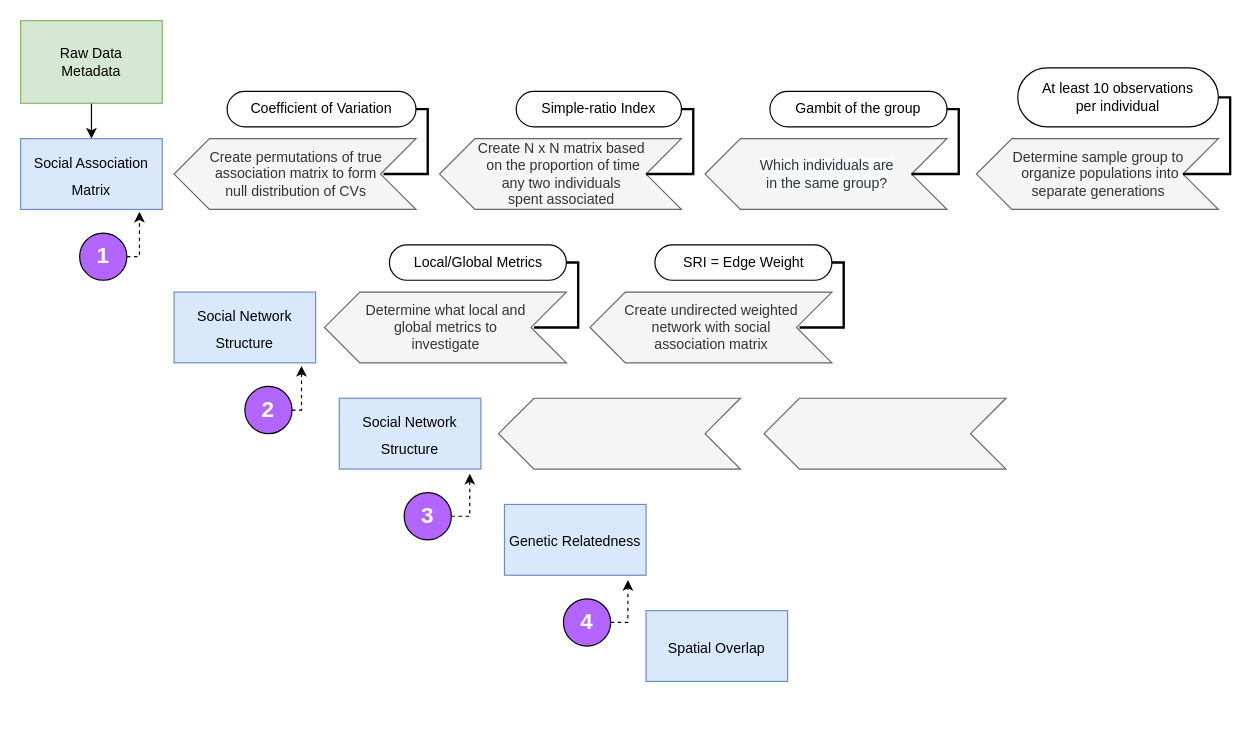
Before: WorkFlowDiagram/WorkFlowDiagram.drawio in bankheak/Dolphins, a draw.io diagram. Source tidied: cells renumbered, new cells numbered last; positions are measured from the earlier drawing's top-left corner, leaving out a move shared by most shapes. Both pictures are drawn from the tidied source at 118%, with x=0, y=0 at pixel (20, 20).
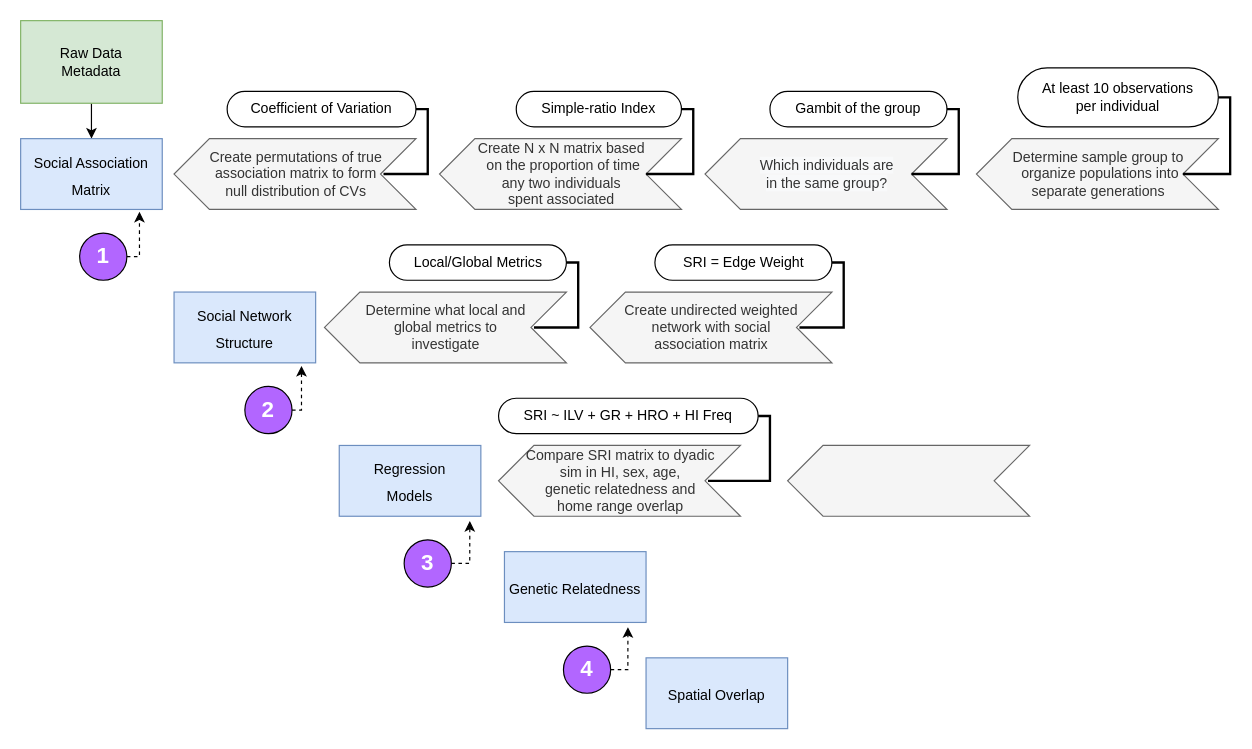
After the change.

The edit, as a diff of the source:
```diff
@@
     <mxCell id="13" value="&lt;font style=&quot;font-size: 19px;&quot; color=&quot;#ffffff&quot;&gt;3&lt;/font&gt;" style="ellipse;whiteSpace=wrap;html=1;strokeColor=#000000;fillColor=#B266FF;fontStyle=1;" parent="1" vertex="1">
-      <mxGeometry x="325" y="400" width="40" height="40" as="geometry" />
+      <mxGeometry x="325" y="440" width="40" height="40" as="geometry" />
     </mxCell>
@@
     <mxCell id="15" value="&lt;font style=&quot;font-size: 19px;&quot; color=&quot;#ffffff&quot;&gt;4&lt;/font&gt;" style="ellipse;whiteSpace=wrap;html=1;strokeColor=#000000;fillColor=#B266FF;fontStyle=1;" parent="1" vertex="1">
-      <mxGeometry x="460" y="490" width="40" height="40" as="geometry" />
+      <mxGeometry x="460" y="530" width="40" height="40" as="geometry" />
     </mxCell>
@@
-    <mxCell id="18" value="&lt;font style=&quot;font-size: 12px;&quot;&gt;Social Network Structure&lt;/font&gt;" style="rounded=0;whiteSpace=wrap;html=1;strokeColor=#6c8ebf;fontSize=19;fillColor=#dae8fc;" parent="1" vertex="1">
-      <mxGeometry x="270" y="320" width="120" height="60" as="geometry" />
+    <mxCell id="18" value="&lt;font style=&quot;font-size: 12px;&quot;&gt;Regression&lt;br&gt;Models&lt;br&gt;&lt;/font&gt;" style="rounded=0;whiteSpace=wrap;html=1;strokeColor=#6c8ebf;fontSize=19;fillColor=#dae8fc;" parent="1" vertex="1">
+      <mxGeometry x="270" y="360" width="120" height="60" as="geometry" />
     </mxCell>
     <mxCell id="19" value="&lt;font style=&quot;font-size: 12px;&quot;&gt;Genetic Relatedness&lt;/font&gt;" style="rounded=0;whiteSpace=wrap;html=1;strokeColor=#6c8ebf;fontSize=19;fillColor=#dae8fc;" parent="1" vertex="1">
-      <mxGeometry x="410" y="410" width="120" height="60" as="geometry" />
+      <mxGeometry x="410" y="450" width="120" height="60" as="geometry" />
     </mxCell>
     <mxCell id="20" value="&lt;font style=&quot;font-size: 12px;&quot;&gt;Spatial Overlap&lt;/font&gt;" style="rounded=0;whiteSpace=wrap;html=1;strokeColor=#6c8ebf;fontSize=19;fillColor=#dae8fc;" parent="1" vertex="1">
-      <mxGeometry x="530" y="500" width="120" height="60" as="geometry" />
+      <mxGeometry x="530" y="540" width="120" height="60" as="geometry" />
     </mxCell>
@@
-    <mxCell id="29" style="html=1;shadow=0;dashed=0;align=center;verticalAlign=middle;shape=mxgraph.arrows2.arrow;dy=0;dx=30;notch=30;rotation=0;direction=west;fillColor=#f5f5f5;fontColor=#333333;strokeColor=#666666;" parent="1" vertex="1">
-      <mxGeometry x="405" y="320" width="205" height="60" as="geometry" />
+    <mxCell id="29" value="Compare SRI matrix&amp;nbsp;to dyadic &lt;br&gt;sim in HI, sex, age, &lt;br&gt;genetic relatedness and &lt;br&gt;home range overlap" style="html=1;shadow=0;dashed=0;align=center;verticalAlign=middle;shape=mxgraph.arrows2.arrow;dy=0;dx=30;notch=30;rotation=0;direction=west;fillColor=#f5f5f5;fontColor=#333333;strokeColor=#666666;" parent="1" vertex="1">
+      <mxGeometry x="405" y="360" width="205" height="60" as="geometry" />
     </mxCell>
     <mxCell id="30" style="html=1;shadow=0;dashed=0;align=center;verticalAlign=middle;shape=mxgraph.arrows2.arrow;dy=0;dx=30;notch=30;rotation=0;direction=west;fillColor=#f5f5f5;fontColor=#333333;strokeColor=#666666;" parent="1" vertex="1">
-      <mxGeometry x="630" y="320" width="205" height="60" as="geometry" />
+      <mxGeometry x="650" y="360" width="205" height="60" as="geometry" />
     </mxCell>
@@
+    <mxCell id="41" value="SRI ~ ILV + GR + HRO + HI Freq" style="whiteSpace=wrap;html=1;rounded=1;arcSize=50;align=center;verticalAlign=middle;strokeWidth=1;spacing=4;newEdgeStyle={&quot;edgeStyle&quot;:&quot;entityRelationEdgeStyle&quot;,&quot;startArrow&quot;:&quot;none&quot;,&quot;endArrow&quot;:&quot;none&quot;,&quot;segment&quot;:10,&quot;curved&quot;:1};" parent="1" vertex="1">
+      <mxGeometry x="405" y="320" width="220" height="30" as="geometry" />
+    </mxCell>
+    <mxCell id="42" style="edgeStyle=entityRelationEdgeStyle;startArrow=none;endArrow=none;segment=10;curved=1;rounded=0;shape=link;width=-1;exitX=0;exitY=0.5;exitDx=30;exitDy=0;exitPerimeter=0;" parent="1" edge="1" target="41">
+      <mxGeometry relative="1" as="geometry">
+        <mxPoint x="582.5" y="390" as="sourcePoint" />
+      </mxGeometry>
+    </mxCell>
```
